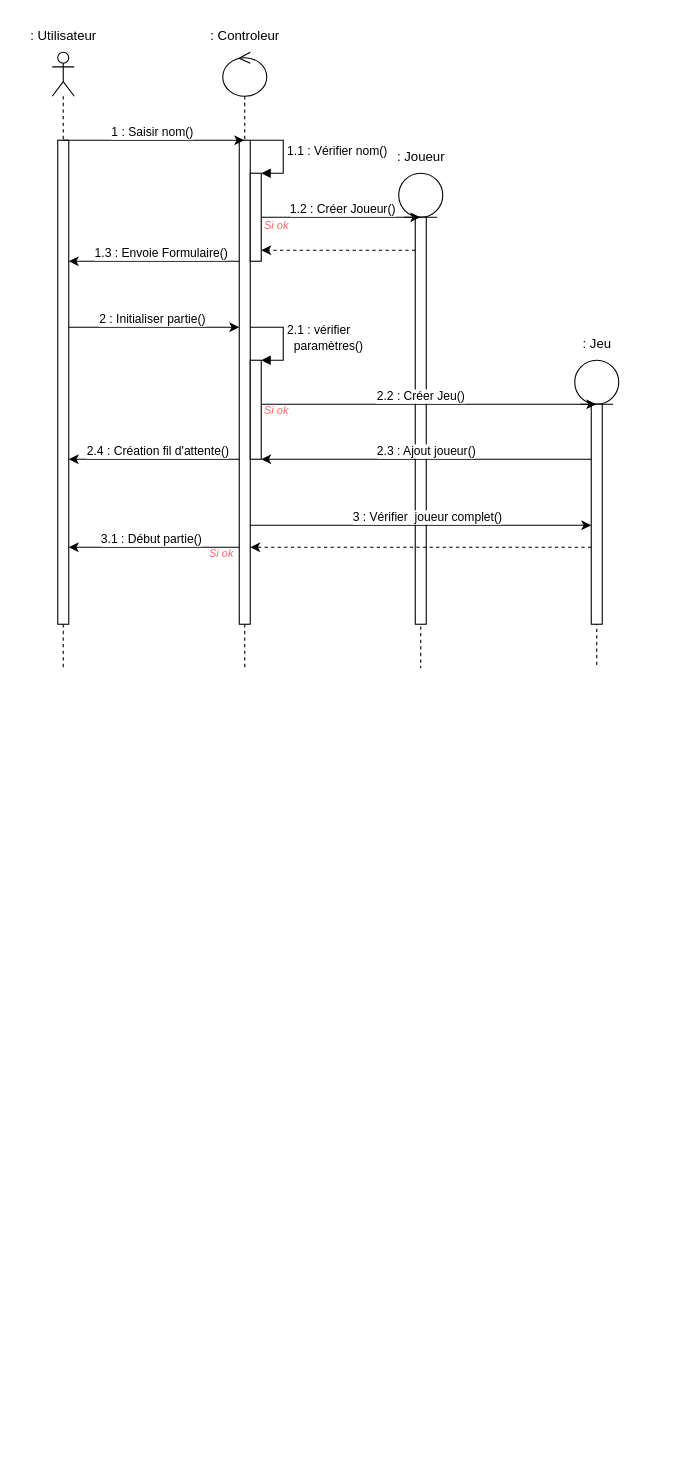
Above: Sequence.drawio in Mat-gif/TER_Gsociety (draw.io), before the change. Source tidied: cells renumbered, new cells numbered last; positions are measured from the earlier drawing's top-left corner, leaving out a move shared by most shapes. Both pictures are drawn from the tidied source at 110%, with x=0, y=0 at pixel (19, 19).
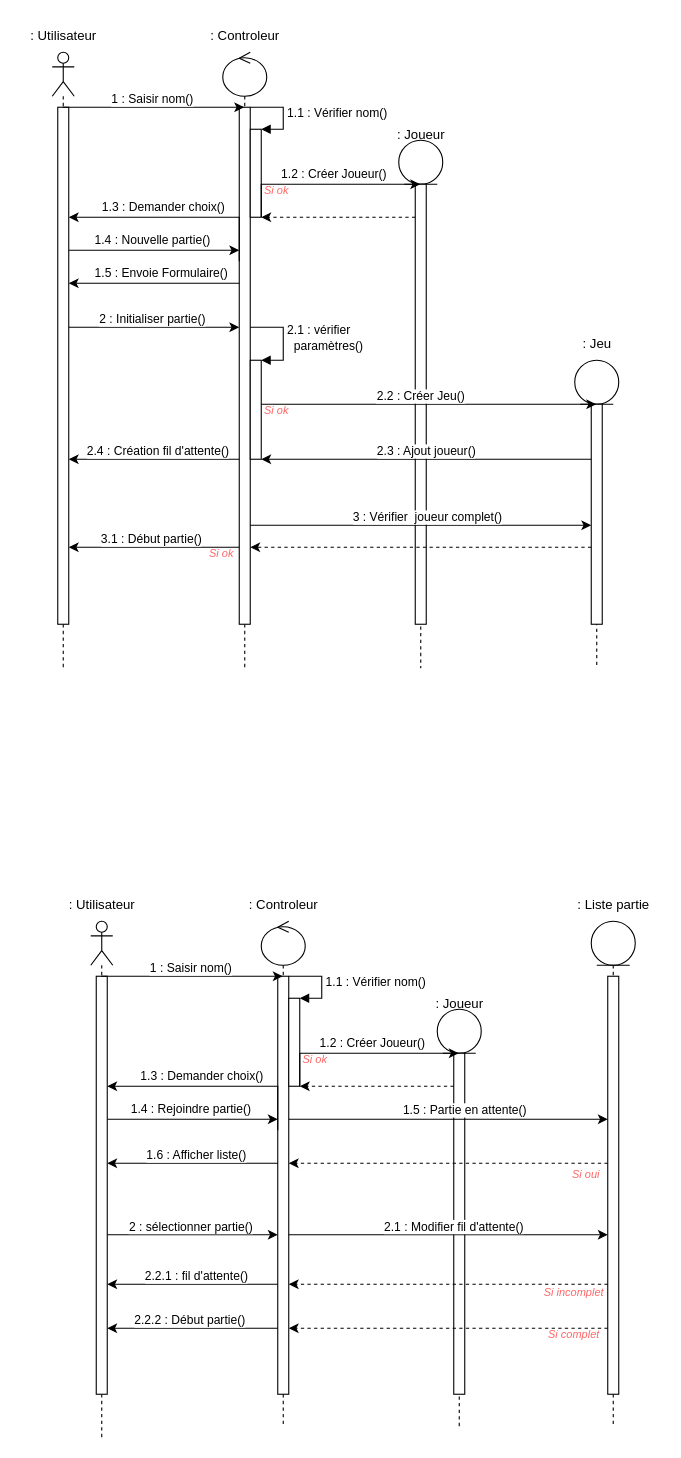
The same page after the edit.

Commit message (it also covers changes not shown here):
Mettre à jour Sequence.drawio

The change refers to these unchanged cells:
```xml
<mxCell id="2" style="shape=umlLifeline;perimeter=lifelinePerimeter;whiteSpace=wrap;html=1;outlineConnect=0;portConstraint=eastwest;newEdgeStyle={&quot;edgeStyle&quot;:&quot;elbowEdgeStyle&quot;,&quot;elbow&quot;:&quot;vertical&quot;,&quot;curved&quot;:0,&quot;rounded&quot;:0};participant=umlActor;" parent="1" vertex="1">
  <mxGeometry x="30" y="30" width="20" height="560" as="geometry" />
</mxCell>
<mxCell id="11" style="shape=umlLifeline;perimeter=lifelinePerimeter;whiteSpace=wrap;html=1;outlineConnect=0;portConstraint=eastwest;newEdgeStyle={&quot;edgeStyle&quot;:&quot;elbowEdgeStyle&quot;,&quot;elbow&quot;:&quot;vertical&quot;,&quot;curved&quot;:0,&quot;rounded&quot;:0};participant=umlControl;" parent="1" vertex="1">
  <mxGeometry x="185" y="30" width="40" height="560" as="geometry" />
</mxCell>
```

What changed in the source:
```diff
@@
+    <mxCell id="41" style="edgeStyle=elbowEdgeStyle;rounded=0;jettySize=auto;html=1;elbow=vertical;curved=0;" parent="2" edge="1" source="3">
+      <mxGeometry relative="1" as="geometry">
+        <mxPoint x="170" y="180" as="targetPoint" />
+      </mxGeometry>
+    </mxCell>
+    <mxCell id="42" value="1.4 : Nouvelle partie()" style="edgeLabel;html=1;align=center;verticalAlign=middle;" parent="41" vertex="1">
+      <mxGeometry x="-0.54" relative="1" as="geometry">
+        <mxPoint x="39" y="-10" as="offset" />
+      </mxGeometry>
+    </mxCell>
     <mxCell id="3" style="html=1;points=[];perimeter=orthogonalPerimeter;outlineConnect=0;targetShapes=umlLifeline;portConstraint=eastwest;newEdgeStyle={&quot;edgeStyle&quot;:&quot;elbowEdgeStyle&quot;,&quot;elbow&quot;:&quot;vertical&quot;,&quot;curved&quot;:0,&quot;rounded&quot;:0};" parent="2" vertex="1">
-      <mxGeometry x="5" y="80" width="10" height="440" as="geometry" />
+      <mxGeometry x="5" y="50" width="10" height="470" as="geometry" />
     </mxCell>
     <mxCell id="4" style="shape=umlLifeline;perimeter=lifelinePerimeter;whiteSpace=wrap;html=1;outlineConnect=0;portConstraint=eastwest;newEdgeStyle={&quot;edgeStyle&quot;:&quot;elbowEdgeStyle&quot;,&quot;elbow&quot;:&quot;vertical&quot;,&quot;curved&quot;:0,&quot;rounded&quot;:0};participant=umlEntity;" parent="1" vertex="1">
-      <mxGeometry x="345" y="140" width="40" height="450" as="geometry" />
+      <mxGeometry x="345" y="110" width="40" height="480" as="geometry" />
     </mxCell>
     <mxCell id="5" style="html=1;points=[];perimeter=orthogonalPerimeter;outlineConnect=0;targetShapes=umlLifeline;portConstraint=eastwest;newEdgeStyle={&quot;edgeStyle&quot;:&quot;elbowEdgeStyle&quot;,&quot;elbow&quot;:&quot;vertical&quot;,&quot;curved&quot;:0,&quot;rounded&quot;:0};" parent="4" vertex="1">
-      <mxGeometry x="15" y="40" width="10" height="370" as="geometry" />
+      <mxGeometry x="15" y="40" width="10" height="400" as="geometry" />
     </mxCell>
@@
     <mxCell id="7" value=": Joueur" style="text;html=1;align=center;verticalAlign=middle;strokeColor=none;fillColor=none;" parent="1" vertex="1">
-      <mxGeometry x="330" y="110" width="70" height="30" as="geometry" />
+      <mxGeometry x="330" y="90" width="70" height="30" as="geometry" />
     </mxCell>
@@
     <mxCell id="12" style="html=1;points=[];perimeter=orthogonalPerimeter;outlineConnect=0;targetShapes=umlLifeline;portConstraint=eastwest;newEdgeStyle={&quot;edgeStyle&quot;:&quot;elbowEdgeStyle&quot;,&quot;elbow&quot;:&quot;vertical&quot;,&quot;curved&quot;:0,&quot;rounded&quot;:0};" parent="11" vertex="1">
-      <mxGeometry x="15" y="80" width="10" height="440" as="geometry" />
+      <mxGeometry x="15" y="50" width="10" height="470" as="geometry" />
     </mxCell>
     <mxCell id="13" style="html=1;points=[];perimeter=orthogonalPerimeter;outlineConnect=0;targetShapes=umlLifeline;portConstraint=eastwest;newEdgeStyle={&quot;edgeStyle&quot;:&quot;elbowEdgeStyle&quot;,&quot;elbow&quot;:&quot;vertical&quot;,&quot;curved&quot;:0,&quot;rounded&quot;:0};" parent="11" vertex="1">
-      <mxGeometry x="25" y="110" width="10" height="80" as="geometry" />
+      <mxGeometry x="25" y="70" width="10" height="80" as="geometry" />
     </mxCell>
     <mxCell id="14" value="1.1 : Vérifier nom()" style="html=1;align=left;spacingLeft=2;endArrow=block;rounded=0;edgeStyle=orthogonalEdgeStyle;curved=0;rounded=0;" parent="11" edge="1" source="12" target="13">
       <mxGeometry relative="1" as="geometry">
         <Array as="points">
-          <mxPoint x="55" y="80" />
-          <mxPoint x="55" y="110" />
+          <mxPoint x="55" y="50" />
+          <mxPoint x="55" y="70" />
         </Array>
       </mxGeometry>
     </mxCell>
@@
     <mxCell id="18" style="edgeStyle=elbowEdgeStyle;rounded=0;jettySize=auto;html=1;elbow=vertical;curved=0;" parent="1" edge="1" source="2" target="11">
       <mxGeometry relative="1" as="geometry">
         <Array as="points">
+          <mxPoint x="150" y="80" />
           <mxPoint x="130" y="110" />
         </Array>
       </mxGeometry>
     </mxCell>
@@
     <mxCell id="20" style="edgeStyle=elbowEdgeStyle;rounded=0;jettySize=auto;html=1;elbow=vertical;curved=0;" parent="1" edge="1" target="4">
       <mxGeometry relative="1" as="geometry">
         <mxPoint x="220" y="180" as="sourcePoint" />
         <Array as="points">
+          <mxPoint x="340" y="150" />
           <mxPoint x="330" y="180" />
         </Array>
       </mxGeometry>
     </mxCell>
     <mxCell id="21" value="1.2 : Créer Joueur()" style="edgeLabel;html=1;align=center;verticalAlign=middle;" parent="20" vertex="1">
       <mxGeometry x="-0.07" y="1" relative="1" as="geometry">
-        <mxPoint x="6" y="-7" as="offset" />
+        <mxPoint x="14" y="-9" as="offset" />
       </mxGeometry>
     </mxCell>
-    <mxCell id="22" style="edgeStyle=elbowEdgeStyle;rounded=0;jettySize=auto;html=1;elbow=vertical;curved=0;dashed=1;" parent="1" edge="1" source="5">
+    <mxCell id="22" style="edgeStyle=elbowEdgeStyle;rounded=0;jettySize=auto;html=1;elbow=vertical;curved=0;dashed=1;" parent="1" edge="1" source="5" target="13">
       <mxGeometry relative="1" as="geometry">
-        <mxPoint x="220" y="210" as="targetPoint" />
         <Array as="points">
+          <mxPoint x="310" y="180" />
+          <mxPoint x="260" y="200" />
           <mxPoint x="300" y="210" />
           <mxPoint x="290" y="200" />
           <mxPoint x="260" y="210" />
           <mxPoint x="270" y="210" />
         </Array>
       </mxGeometry>
     </mxCell>
     <mxCell id="23" style="edgeStyle=elbowEdgeStyle;rounded=0;jettySize=auto;html=1;elbow=vertical;curved=0;" parent="1" edge="1" source="12" target="3">
       <mxGeometry relative="1" as="geometry">
         <Array as="points">
+          <mxPoint x="140" y="240" />
+          <mxPoint x="190" y="250" />
+          <mxPoint x="130" y="240" />
           <mxPoint x="120" y="220" />
           <mxPoint x="90" y="220" />
         </Array>
       </mxGeometry>
     </mxCell>
-    <mxCell id="24" value="1.3 : Envoie Formulaire()" style="edgeLabel;html=1;align=center;verticalAlign=middle;" parent="23" vertex="1">
+    <mxCell id="24" value="1.5 : Envoie Formulaire()" style="edgeLabel;html=1;align=center;verticalAlign=middle;" parent="23" vertex="1">
       <mxGeometry x="-0.25" y="2" relative="1" as="geometry">
-        <mxPoint x="-14" y="-10" as="offset" />
+        <mxPoint x="-14" y="-12" as="offset" />
       </mxGeometry>
     </mxCell>
@@
     <mxCell id="27" value="&lt;font style=&quot;font-size: 10px;&quot;&gt;&lt;i&gt;Si ok&amp;nbsp;&lt;/i&gt;&lt;/font&gt;" style="text;html=1;align=center;verticalAlign=middle;strokeColor=none;fillColor=none;fontColor=#FF6666;" parent="1" vertex="1">
-      <mxGeometry x="210" y="172" width="50" height="30" as="geometry" />
+      <mxGeometry x="210" y="140" width="50" height="30" as="geometry" />
     </mxCell>
@@
+    <mxCell id="43" style="edgeStyle=elbowEdgeStyle;rounded=0;jettySize=auto;html=1;elbow=vertical;curved=0;" parent="1" edge="1" target="3">
+      <mxGeometry relative="1" as="geometry">
+        <mxPoint x="200" y="220" as="sourcePoint" />
+        <Array as="points">
+          <mxPoint x="120" y="180" />
+          <mxPoint x="160" y="220" />
+        </Array>
+      </mxGeometry>
+    </mxCell>
+    <mxCell id="44" value="1.3 : Demander choix()" style="edgeLabel;html=1;align=center;verticalAlign=middle;" parent="43" vertex="1">
+      <mxGeometry x="0.11" y="2" relative="1" as="geometry">
+        <mxPoint x="-2" y="-12" as="offset" />
+      </mxGeometry>
+    </mxCell>
+    <mxCell id="45" style="shape=umlLifeline;perimeter=lifelinePerimeter;whiteSpace=wrap;html=1;outlineConnect=0;portConstraint=eastwest;newEdgeStyle={&quot;edgeStyle&quot;:&quot;elbowEdgeStyle&quot;,&quot;elbow&quot;:&quot;vertical&quot;,&quot;curved&quot;:0,&quot;rounded&quot;:0};participant=umlActor;" parent="1" vertex="1">
+      <mxGeometry x="65" y="820" width="20" height="470" as="geometry" />
+    </mxCell>
+    <mxCell id="46" style="edgeStyle=elbowEdgeStyle;rounded=0;jettySize=auto;html=1;elbow=vertical;curved=0;" parent="45" edge="1" source="48">
+      <mxGeometry relative="1" as="geometry">
+        <mxPoint x="170" y="180" as="targetPoint" />
+      </mxGeometry>
+    </mxCell>
+    <mxCell id="47" value="1.4 : Rejoindre partie()" style="edgeLabel;html=1;align=center;verticalAlign=middle;" parent="46" vertex="1">
+      <mxGeometry x="-0.54" relative="1" as="geometry">
+        <mxPoint x="39" y="-10" as="offset" />
+      </mxGeometry>
+    </mxCell>
+    <mxCell id="48" style="html=1;points=[];perimeter=orthogonalPerimeter;outlineConnect=0;targetShapes=umlLifeline;portConstraint=eastwest;newEdgeStyle={&quot;edgeStyle&quot;:&quot;elbowEdgeStyle&quot;,&quot;elbow&quot;:&quot;vertical&quot;,&quot;curved&quot;:0,&quot;rounded&quot;:0};" parent="45" vertex="1">
+      <mxGeometry x="5" y="50" width="10" height="380" as="geometry" />
+    </mxCell>
+    <mxCell id="49" style="shape=umlLifeline;perimeter=lifelinePerimeter;whiteSpace=wrap;html=1;outlineConnect=0;portConstraint=eastwest;newEdgeStyle={&quot;edgeStyle&quot;:&quot;elbowEdgeStyle&quot;,&quot;elbow&quot;:&quot;vertical&quot;,&quot;curved&quot;:0,&quot;rounded&quot;:0};participant=umlEntity;" parent="1" vertex="1">
+      <mxGeometry x="380" y="900" width="40" height="380" as="geometry" />
+    </mxCell>
+    <mxCell id="50" style="html=1;points=[];perimeter=orthogonalPerimeter;outlineConnect=0;targetShapes=umlLifeline;portConstraint=eastwest;newEdgeStyle={&quot;edgeStyle&quot;:&quot;elbowEdgeStyle&quot;,&quot;elbow&quot;:&quot;vertical&quot;,&quot;curved&quot;:0,&quot;rounded&quot;:0};" parent="49" vertex="1">
+      <mxGeometry x="15" y="40" width="10" height="310" as="geometry" />
+    </mxCell>
+    <mxCell id="51" value=": Utilisateur" style="text;html=1;align=center;verticalAlign=middle;strokeColor=none;fillColor=none;" parent="1" vertex="1">
+      <mxGeometry x="35" y="790" width="80" height="30" as="geometry" />
+    </mxCell>
+    <mxCell id="52" value=": Joueur" style="text;html=1;align=center;verticalAlign=middle;strokeColor=none;fillColor=none;" parent="1" vertex="1">
+      <mxGeometry x="365" y="880" width="70" height="30" as="geometry" />
+    </mxCell>
+    <mxCell id="53" style="shape=umlLifeline;perimeter=lifelinePerimeter;whiteSpace=wrap;html=1;newEdgeStyle={&quot;edgeStyle&quot;:&quot;elbowEdgeStyle&quot;,&quot;elbow&quot;:&quot;vertical&quot;,&quot;curved&quot;:0,&quot;rounded&quot;:0};participant=umlEntity;" parent="1" vertex="1">
+      <mxGeometry x="520" y="820" width="40" height="460" as="geometry" />
+    </mxCell>
+    <mxCell id="54" style="html=1;points=[];perimeter=orthogonalPerimeter;outlineConnect=0;targetShapes=umlLifeline;portConstraint=eastwest;newEdgeStyle={&quot;edgeStyle&quot;:&quot;elbowEdgeStyle&quot;,&quot;elbow&quot;:&quot;vertical&quot;,&quot;curved&quot;:0,&quot;rounded&quot;:0};" parent="53" vertex="1">
+      <mxGeometry x="15" y="50" width="10" height="380" as="geometry" />
+    </mxCell>
+    <mxCell id="55" value=": Liste partie" style="text;html=1;align=center;verticalAlign=middle;strokeColor=none;fillColor=none;" parent="1" vertex="1">
+      <mxGeometry x="495" y="790" width="90" height="30" as="geometry" />
+    </mxCell>
+    <mxCell id="56" style="shape=umlLifeline;perimeter=lifelinePerimeter;whiteSpace=wrap;html=1;outlineConnect=0;portConstraint=eastwest;newEdgeStyle={&quot;edgeStyle&quot;:&quot;elbowEdgeStyle&quot;,&quot;elbow&quot;:&quot;vertical&quot;,&quot;curved&quot;:0,&quot;rounded&quot;:0};participant=umlControl;" parent="1" vertex="1">
+      <mxGeometry x="220" y="820" width="40" height="460" as="geometry" />
+    </mxCell>
+    <mxCell id="57" style="html=1;points=[];perimeter=orthogonalPerimeter;outlineConnect=0;targetShapes=umlLifeline;portConstraint=eastwest;newEdgeStyle={&quot;edgeStyle&quot;:&quot;elbowEdgeStyle&quot;,&quot;elbow&quot;:&quot;vertical&quot;,&quot;curved&quot;:0,&quot;rounded&quot;:0};" parent="56" vertex="1">
+      <mxGeometry x="15" y="50" width="10" height="380" as="geometry" />
+    </mxCell>
+    <mxCell id="58" style="html=1;points=[];perimeter=orthogonalPerimeter;outlineConnect=0;targetShapes=umlLifeline;portConstraint=eastwest;newEdgeStyle={&quot;edgeStyle&quot;:&quot;elbowEdgeStyle&quot;,&quot;elbow&quot;:&quot;vertical&quot;,&quot;curved&quot;:0,&quot;rounded&quot;:0};" parent="56" vertex="1">
+      <mxGeometry x="25" y="70" width="10" height="80" as="geometry" />
+    </mxCell>
+    <mxCell id="59" value="1.1 : Vérifier nom()" style="html=1;align=left;spacingLeft=2;endArrow=block;rounded=0;edgeStyle=orthogonalEdgeStyle;curved=0;rounded=0;" parent="56" edge="1" source="57" target="58">
+      <mxGeometry relative="1" as="geometry">
+        <Array as="points">
+          <mxPoint x="55" y="50" />
+          <mxPoint x="55" y="70" />
+        </Array>
+      </mxGeometry>
+    </mxCell>
+    <mxCell id="60" value=": Controleur" style="text;html=1;align=center;verticalAlign=middle;strokeColor=none;fillColor=none;" parent="1" vertex="1">
+      <mxGeometry x="195" y="790" width="90" height="30" as="geometry" />
+    </mxCell>
+    <mxCell id="61" style="edgeStyle=elbowEdgeStyle;rounded=0;jettySize=auto;html=1;elbow=vertical;curved=0;" parent="1" edge="1" source="45" target="56">
+      <mxGeometry relative="1" as="geometry">
+        <Array as="points">
+          <mxPoint x="185" y="870" />
+          <mxPoint x="165" y="900" />
+        </Array>
+      </mxGeometry>
+    </mxCell>
+    <mxCell id="62" value="1 : Saisir nom()" style="edgeLabel;html=1;align=center;verticalAlign=middle;" parent="61" vertex="1">
+      <mxGeometry x="-0.25" y="2" relative="1" as="geometry">
+        <mxPoint x="19" y="-6" as="offset" />
+      </mxGeometry>
+    </mxCell>
+    <mxCell id="63" style="edgeStyle=elbowEdgeStyle;rounded=0;jettySize=auto;html=1;elbow=vertical;curved=0;" parent="1" edge="1" target="49">
+      <mxGeometry relative="1" as="geometry">
+        <mxPoint x="255" y="970" as="sourcePoint" />
+        <Array as="points">
+          <mxPoint x="375" y="940" />
+          <mxPoint x="365" y="970" />
+        </Array>
+      </mxGeometry>
+    </mxCell>
+    <mxCell id="64" value="1.2 : Créer Joueur()" style="edgeLabel;html=1;align=center;verticalAlign=middle;" parent="63" vertex="1">
+      <mxGeometry x="-0.07" y="1" relative="1" as="geometry">
+        <mxPoint x="14" y="-9" as="offset" />
+      </mxGeometry>
+    </mxCell>
+    <mxCell id="65" style="edgeStyle=elbowEdgeStyle;rounded=0;jettySize=auto;html=1;elbow=vertical;curved=0;dashed=1;" parent="1" edge="1" source="50" target="58">
+      <mxGeometry relative="1" as="geometry">
+        <Array as="points">
+          <mxPoint x="345" y="970" />
+          <mxPoint x="295" y="990" />
+          <mxPoint x="335" y="1000" />
+          <mxPoint x="325" y="990" />
+          <mxPoint x="295" y="1000" />
+          <mxPoint x="305" y="1000" />
+        </Array>
+      </mxGeometry>
+    </mxCell>
+    <mxCell id="66" value="&lt;font style=&quot;font-size: 10px;&quot;&gt;&lt;i&gt;Si ok&amp;nbsp;&lt;/i&gt;&lt;/font&gt;" style="text;html=1;align=center;verticalAlign=middle;strokeColor=none;fillColor=none;fontColor=#FF6666;" parent="1" vertex="1">
+      <mxGeometry x="245" y="930" width="50" height="30" as="geometry" />
+    </mxCell>
+    <mxCell id="67" style="edgeStyle=elbowEdgeStyle;rounded=0;jettySize=auto;html=1;elbow=vertical;curved=0;" parent="1" edge="1" source="57" target="48">
+      <mxGeometry relative="1" as="geometry">
+        <Array as="points">
+          <mxPoint x="190" y="1150" />
+          <mxPoint x="165" y="1190" />
+        </Array>
+      </mxGeometry>
+    </mxCell>
+    <mxCell id="68" value="2.2.1 : fil d'attente()" style="edgeLabel;html=1;align=center;verticalAlign=middle;" parent="67" vertex="1">
+      <mxGeometry x="0.42" y="3" relative="1" as="geometry">
+        <mxPoint x="35" y="-11" as="offset" />
+      </mxGeometry>
+    </mxCell>
+    <mxCell id="69" style="edgeStyle=elbowEdgeStyle;rounded=0;jettySize=auto;html=1;elbow=vertical;curved=0;" parent="1" edge="1" source="57" target="48">
+      <mxGeometry relative="1" as="geometry">
+        <Array as="points">
+          <mxPoint x="180" y="1190" />
+        </Array>
+      </mxGeometry>
+    </mxCell>
+    <mxCell id="70" value="2.2.2 : Début partie()" style="edgeLabel;html=1;align=center;verticalAlign=middle;" parent="69" vertex="1">
+      <mxGeometry x="0.17" y="3" relative="1" as="geometry">
+        <mxPoint x="10" y="-11" as="offset" />
+      </mxGeometry>
+    </mxCell>
+    <mxCell id="71" style="edgeStyle=elbowEdgeStyle;rounded=0;jettySize=auto;html=1;elbow=vertical;curved=0;" parent="1" edge="1" target="48">
+      <mxGeometry relative="1" as="geometry">
+        <mxPoint x="235" y="1010" as="sourcePoint" />
+        <Array as="points">
+          <mxPoint x="155" y="970" />
+          <mxPoint x="195" y="1010" />
+        </Array>
+      </mxGeometry>
+    </mxCell>
+    <mxCell id="72" value="1.3 : Demander choix()" style="edgeLabel;html=1;align=center;verticalAlign=middle;" parent="71" vertex="1">
+      <mxGeometry x="0.11" y="2" relative="1" as="geometry">
+        <mxPoint x="-2" y="-12" as="offset" />
+      </mxGeometry>
+    </mxCell>
+    <mxCell id="73" style="edgeStyle=elbowEdgeStyle;rounded=0;jettySize=auto;html=1;elbow=vertical;curved=0;" parent="1" edge="1" source="57" target="54">
+      <mxGeometry relative="1" as="geometry">
+        <Array as="points">
+          <mxPoint x="440" y="1000" />
+        </Array>
+      </mxGeometry>
+    </mxCell>
+    <mxCell id="74" value="1.5 : Partie en attente()" style="edgeLabel;html=1;align=center;verticalAlign=middle;" parent="73" vertex="1">
+      <mxGeometry x="0.2" y="-1" relative="1" as="geometry">
+        <mxPoint x="-15" y="-10" as="offset" />
+      </mxGeometry>
+    </mxCell>
+    <mxCell id="75" style="edgeStyle=elbowEdgeStyle;rounded=0;jettySize=auto;html=1;elbow=vertical;curved=0;dashed=1;" parent="1" edge="1" source="54" target="57">
+      <mxGeometry relative="1" as="geometry">
+        <Array as="points">
+          <mxPoint x="400" y="1040" />
+        </Array>
+      </mxGeometry>
+    </mxCell>
+    <mxCell id="76" value="&lt;font style=&quot;font-size: 10px;&quot;&gt;&lt;i&gt;Si oui&lt;/i&gt;&lt;/font&gt;" style="text;html=1;align=center;verticalAlign=middle;strokeColor=none;fillColor=none;fontColor=#FF6666;" parent="1" vertex="1">
+      <mxGeometry x="490" y="1035" width="50" height="30" as="geometry" />
+    </mxCell>
+    <mxCell id="77" style="edgeStyle=elbowEdgeStyle;rounded=0;jettySize=auto;html=1;elbow=vertical;curved=0;" parent="1" edge="1" source="57" target="48">
+      <mxGeometry relative="1" as="geometry">
+        <Array as="points">
+          <mxPoint x="140" y="1040" />
+        </Array>
+      </mxGeometry>
+    </mxCell>
+    <mxCell id="78" value="1.6 : Afficher liste()" style="edgeLabel;html=1;align=center;verticalAlign=middle;" parent="77" vertex="1">
+      <mxGeometry x="-0.21" y="1" relative="1" as="geometry">
+        <mxPoint x="-14" y="-9" as="offset" />
+      </mxGeometry>
+    </mxCell>
+    <mxCell id="79" style="edgeStyle=elbowEdgeStyle;rounded=0;jettySize=auto;html=1;elbow=vertical;curved=0;" parent="1" edge="1" source="48" target="57">
+      <mxGeometry relative="1" as="geometry">
+        <Array as="points">
+          <mxPoint x="160" y="1105" />
+          <mxPoint x="180" y="1090" />
+        </Array>
+      </mxGeometry>
+    </mxCell>
+    <mxCell id="80" value="2 : sélectionner partie()" style="edgeLabel;html=1;align=center;verticalAlign=middle;" parent="79" vertex="1">
+      <mxGeometry x="-0.1" y="3" relative="1" as="geometry">
+        <mxPoint x="5" y="-5" as="offset" />
+      </mxGeometry>
+    </mxCell>
+    <mxCell id="81" style="edgeStyle=elbowEdgeStyle;rounded=0;jettySize=auto;html=1;elbow=vertical;curved=0;" parent="1" edge="1" source="57" target="54">
+      <mxGeometry relative="1" as="geometry">
+        <Array as="points">
+          <mxPoint x="410" y="1105" />
+        </Array>
+      </mxGeometry>
+    </mxCell>
+    <mxCell id="82" value="2.1 : Modifier fil d'attente()" style="edgeLabel;html=1;align=center;verticalAlign=middle;" parent="81" vertex="1">
+      <mxGeometry x="-0.28" y="-1" relative="1" as="geometry">
+        <mxPoint x="45" y="-9" as="offset" />
+      </mxGeometry>
+    </mxCell>
+    <mxCell id="83" style="edgeStyle=elbowEdgeStyle;rounded=0;jettySize=auto;html=1;elbow=vertical;curved=0;dashed=1;" parent="1" edge="1" source="54" target="57">
+      <mxGeometry relative="1" as="geometry">
+        <Array as="points">
+          <mxPoint x="410" y="1150" />
+        </Array>
+      </mxGeometry>
+    </mxCell>
+    <mxCell id="84" value="&lt;span style=&quot;font-size: 10px;&quot;&gt;&lt;i&gt;Si incomplet&lt;/i&gt;&lt;/span&gt;" style="text;html=1;align=center;verticalAlign=middle;strokeColor=none;fillColor=none;fontColor=#FF6666;" parent="1" vertex="1">
+      <mxGeometry x="464" y="1142" width="80" height="30" as="geometry" />
+    </mxCell>
+    <mxCell id="85" style="edgeStyle=elbowEdgeStyle;rounded=0;orthogonalLoop=1;jettySize=auto;html=1;elbow=vertical;curved=0;dashed=1;" parent="1" edge="1">
+      <mxGeometry relative="1" as="geometry">
+        <mxPoint x="535" y="1190" as="sourcePoint" />
+        <mxPoint x="245" y="1190" as="targetPoint" />
+        <Array as="points">
+          <mxPoint x="410" y="1190" />
+        </Array>
+      </mxGeometry>
+    </mxCell>
+    <mxCell id="86" value="&lt;span style=&quot;font-size: 10px;&quot;&gt;&lt;i&gt;Si complet&lt;/i&gt;&lt;/span&gt;" style="text;html=1;align=center;verticalAlign=middle;strokeColor=none;fillColor=none;fontColor=#FF6666;" parent="1" vertex="1">
+      <mxGeometry x="469" y="1180" width="70" height="30" as="geometry" />
+    </mxCell>
```
